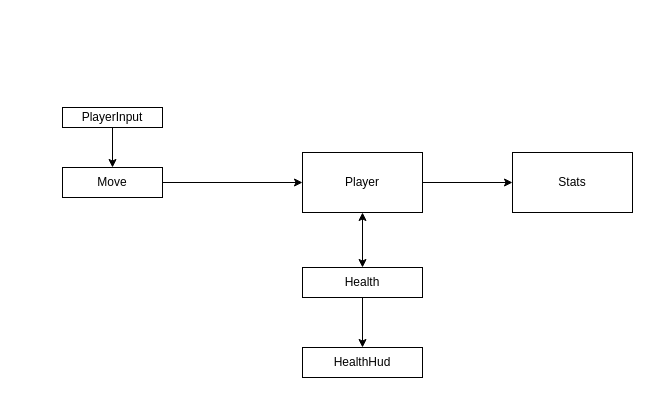
Earlier version of the draw.io diagram Platformer.drawio (flild/Platformer_Diplom). Source tidied: cells renumbered, new cells numbered last; positions are measured from the earlier drawing's top-left corner, leaving out a move shared by most shapes. Both pictures are drawn from the tidied source at 100%, with x=0, y=0 at pixel (62, 107).
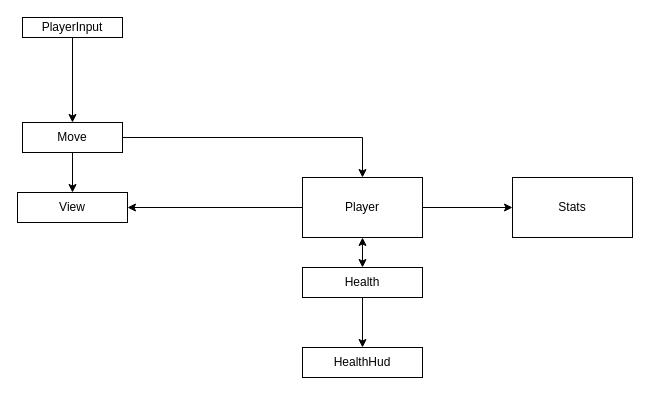
Above is the later version.

Change to the diagram source:
```diff
@@
 <mxGraphModel>
   <root>
     <mxCell id="0" />
     <mxCell id="1" parent="0" />
     <mxCell id="2" style="edgeStyle=orthogonalEdgeStyle;rounded=0;jettySize=auto;html=1;" parent="1" edge="1" source="3" target="7">
       <mxGeometry relative="1" as="geometry" />
     </mxCell>
+    <mxCell id="13" style="edgeStyle=orthogonalEdgeStyle;rounded=0;jettySize=auto;html=1;entryX=1;entryY=0.5;entryDx=0;entryDy=0;" parent="1" edge="1" source="3" target="15">
+      <mxGeometry relative="1" as="geometry" />
+    </mxCell>
     <mxCell id="3" value="Player&lt;br&gt;" style="rounded=0;whiteSpace=wrap;html=1;" parent="1" vertex="1">
-      <mxGeometry x="240" y="45" width="120" height="60" as="geometry" />
+      <mxGeometry x="240" y="70" width="120" height="60" as="geometry" />
     </mxCell>
     <mxCell id="4" style="edgeStyle=orthogonalEdgeStyle;rounded=0;jettySize=auto;html=1;" parent="1" edge="1" source="5" target="6">
       <mxGeometry relative="1" as="geometry" />
     </mxCell>
     <mxCell id="5" value="Health" style="rounded=0;whiteSpace=wrap;html=1;" parent="1" vertex="1">
       <mxGeometry x="240" y="160" width="120" height="30" as="geometry" />
     </mxCell>
     <mxCell id="6" value="HealthHud" style="rounded=0;whiteSpace=wrap;html=1;" parent="1" vertex="1">
       <mxGeometry x="240" y="240" width="120" height="30" as="geometry" />
     </mxCell>
     <mxCell id="7" value="Stats&lt;br&gt;" style="rounded=0;whiteSpace=wrap;html=1;" parent="1" vertex="1">
-      <mxGeometry x="450" y="45" width="120" height="60" as="geometry" />
+      <mxGeometry x="450" y="70" width="120" height="60" as="geometry" />
     </mxCell>
     <mxCell id="8" style="endArrow=classic;startArrow=classic;html=1;rounded=0;exitX=0.5;exitY=0;exitDx=0;exitDy=0;entryX=0.5;entryY=1;entryDx=0;entryDy=0;" parent="1" edge="1" source="5" target="3">
       <mxGeometry relative="1" as="geometry" />
     </mxCell>
-    <mxCell id="9" style="edgeStyle=orthogonalEdgeStyle;rounded=0;jettySize=auto;html=1;entryX=0;entryY=0.5;entryDx=0;entryDy=0;" parent="1" edge="1" source="10" target="3">
-      <mxGeometry relative="1" as="geometry" />
+    <mxCell id="9" style="edgeStyle=orthogonalEdgeStyle;rounded=0;jettySize=auto;html=1;exitX=1;exitY=0.5;exitDx=0;exitDy=0;" parent="1" edge="1" source="10" target="3">
+      <mxGeometry relative="1" as="geometry">
+        <Array as="points">
+          <mxPoint x="300" y="30" />
+        </Array>
+      </mxGeometry>
     </mxCell>
+    <mxCell id="14" style="edgeStyle=orthogonalEdgeStyle;rounded=0;jettySize=auto;html=1;" parent="1" edge="1" source="10" target="15">
+      <mxGeometry relative="1" as="geometry" />
+    </mxCell>
     <mxCell id="10" value="Move" style="rounded=0;whiteSpace=wrap;html=1;" parent="1" vertex="1">
-      <mxGeometry y="60" width="100" height="30" as="geometry" />
+      <mxGeometry x="-40" y="15" width="100" height="30" as="geometry" />
     </mxCell>
     <mxCell id="11" style="edgeStyle=orthogonalEdgeStyle;rounded=0;jettySize=auto;html=1;" parent="1" edge="1" source="12" target="10">
       <mxGeometry relative="1" as="geometry" />
     </mxCell>
     <mxCell id="12" value="PlayerInput" style="rounded=0;whiteSpace=wrap;html=1;" parent="1" vertex="1">
-      <mxGeometry width="100" height="20" as="geometry" />
+      <mxGeometry x="-40" y="-90" width="100" height="20" as="geometry" />
     </mxCell>
+    <mxCell id="15" value="View" style="rounded=0;whiteSpace=wrap;html=1;" parent="1" vertex="1">
+      <mxGeometry x="-45" y="85" width="110" height="30" as="geometry" />
+    </mxCell>
   </root>
 </mxGraphModel>
```
